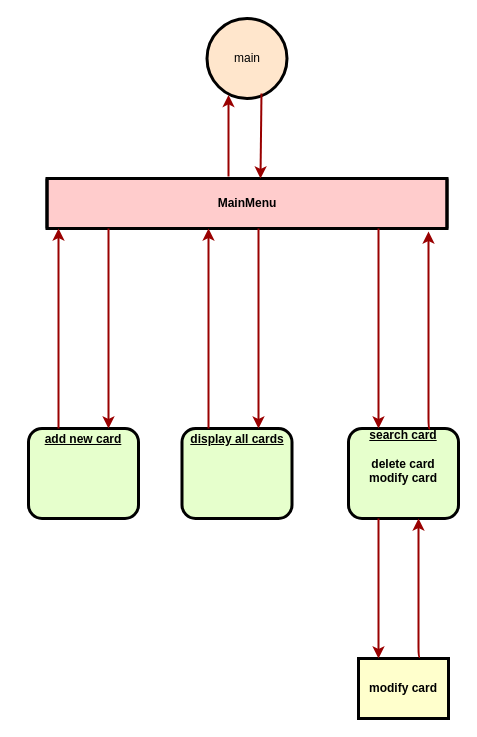
Above: Python/DataStructures/nameCardsManager.drawio in lig8/ProgramingBasic (draw.io), before the change. Source tidied: cells renumbered, new cells numbered last; positions are measured from the earlier drawing's top-left corner, leaving out a move shared by most shapes. Both pictures are drawn from the tidied source at 100%, with x=0, y=0 at pixel (28, 18).
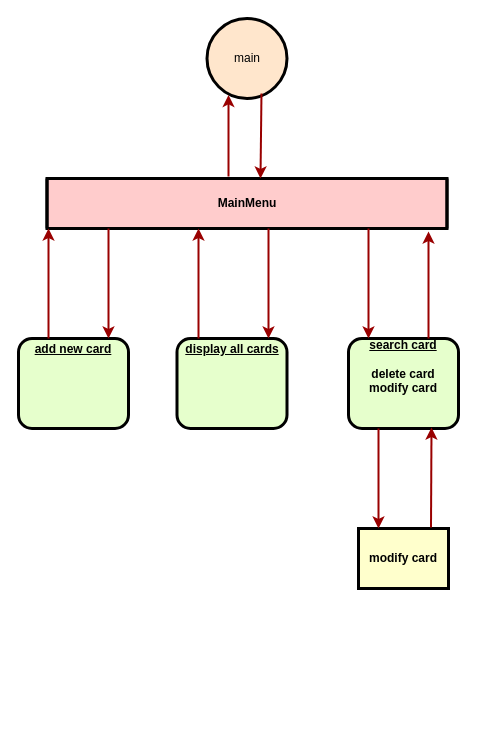
Above is the later version.

The change refers to these unchanged cells:
```xml
<mxCell id="2" value="MainMenu" style="shape=process;whiteSpace=wrap;align=center;verticalAlign=middle;size=0;fontStyle=1;strokeWidth=3;fillColor=#FFCCCC;" parent="1" vertex="1">
  <mxGeometry x="18.5" y="160" width="400" height="50" as="geometry" />
</mxCell>
```

What changed in the source:
```diff
@@
     <mxCell id="3" value="&lt;u&gt;search card&lt;/u&gt;&lt;br&gt;&lt;br&gt;delete card&lt;br&gt;modify card" style="verticalAlign=middle;align=center;overflow=fill;fontSize=12;fontFamily=Helvetica;html=1;rounded=1;fontStyle=1;strokeWidth=3;fillColor=#E6FFCC;" parent="1" vertex="1">
-      <mxGeometry x="320" y="410" width="110" height="90" as="geometry" />
+      <mxGeometry x="320" y="320" width="110" height="90" as="geometry" />
     </mxCell>
     <mxCell id="4" value="&lt;p style=&quot;margin: 0px ; margin-top: 4px ; text-align: center ; text-decoration: underline&quot;&gt;add new card&lt;/p&gt;" style="verticalAlign=middle;align=center;overflow=fill;fontSize=12;fontFamily=Helvetica;html=1;rounded=1;fontStyle=1;strokeWidth=3;fillColor=#E6FFCC;" parent="1" vertex="1">
-      <mxGeometry y="410" width="110" height="90" as="geometry" />
+      <mxGeometry x="-10" y="320" width="110" height="90" as="geometry" />
     </mxCell>
     <mxCell id="5" value="modify card" style="whiteSpace=wrap;align=center;verticalAlign=middle;fontStyle=1;strokeWidth=3;fillColor=#FFFFCC;" parent="1" vertex="1">
-      <mxGeometry x="330" y="640" width="90" height="60" as="geometry" />
+      <mxGeometry x="330" y="510" width="90" height="60" as="geometry" />
     </mxCell>
     <mxCell id="6" value="&lt;p style=&quot;margin: 0px ; margin-top: 4px ; text-align: center ; text-decoration: underline&quot;&gt;display all cards&lt;/p&gt;" style="verticalAlign=middle;align=center;overflow=fill;fontSize=12;fontFamily=Helvetica;html=1;rounded=1;fontStyle=1;strokeWidth=3;fillColor=#E6FFCC;" parent="1" vertex="1">
-      <mxGeometry x="153.5" y="410" width="110" height="90" as="geometry" />
+      <mxGeometry x="148.5" y="320" width="110" height="90" as="geometry" />
     </mxCell>
     <mxCell id="7" style="edgeStyle=elbowEdgeStyle;elbow=horizontal;strokeColor=#990000;strokeWidth=2;" parent="1" edge="1" source="2" target="3">
       <mxGeometry relative="1" as="geometry">
         <Array as="points">
+          <mxPoint x="340" y="270" />
           <mxPoint x="350" y="340" />
           <mxPoint x="340" y="290" />
           <mxPoint x="340" y="300" />
           <mxPoint x="380" y="550" />
         </Array>
       </mxGeometry>
     </mxCell>
     <mxCell id="8" style="edgeStyle=elbowEdgeStyle;elbow=horizontal;strokeColor=#990000;strokeWidth=2;" parent="1" edge="1" source="2" target="6">
       <mxGeometry relative="1" as="geometry">
         <Array as="points">
+          <mxPoint x="240" y="270" />
           <mxPoint x="230" y="305" />
         </Array>
       </mxGeometry>
     </mxCell>
     <mxCell id="9" style="edgeStyle=elbowEdgeStyle;elbow=horizontal;strokeColor=#990000;strokeWidth=2;" parent="1" edge="1" source="6" target="2">
       <mxGeometry relative="1" as="geometry">
         <Array as="points">
+          <mxPoint x="170" y="270" />
           <mxPoint x="180" y="270" />
           <mxPoint x="180" y="305" />
         </Array>
       </mxGeometry>
     </mxCell>
     <mxCell id="10" style="edgeStyle=elbowEdgeStyle;elbow=horizontal;strokeColor=#990000;strokeWidth=2;" parent="1" edge="1" source="2" target="4">
       <mxGeometry relative="1" as="geometry">
         <Array as="points">
+          <mxPoint x="80" y="260" />
           <mxPoint x="80" y="320" />
           <mxPoint x="70" y="540" />
         </Array>
       </mxGeometry>
     </mxCell>
     <mxCell id="11" style="edgeStyle=elbowEdgeStyle;elbow=horizontal;strokeColor=#990000;strokeWidth=2;" parent="1" edge="1" source="4" target="2">
       <mxGeometry relative="1" as="geometry">
         <Array as="points">
+          <mxPoint x="20" y="270" />
+          <mxPoint x="20" y="260" />
           <mxPoint x="30" y="340" />
           <mxPoint x="30" y="290" />
           <mxPoint x="20" y="350" />
           <mxPoint x="50" y="540" />
         </Array>
       </mxGeometry>
     </mxCell>
-    <mxCell id="12" style="edgeStyle=elbowEdgeStyle;elbow=horizontal;strokeColor=#990000;strokeWidth=2;exitX=0.683;exitY=-0.025;exitDx=0;exitDy=0;exitPerimeter=0;" parent="1" edge="1" source="5">
+    <mxCell id="12" style="edgeStyle=elbowEdgeStyle;elbow=horizontal;strokeColor=#990000;strokeWidth=2;exitX=0.861;exitY=0.017;exitDx=0;exitDy=0;exitPerimeter=0;" parent="1" edge="1">
       <mxGeometry relative="1" as="geometry">
-        <mxPoint x="390" y="500" as="targetPoint" />
+        <mxPoint x="402.5" y="509" as="sourcePoint" />
+        <mxPoint x="403" y="409" as="targetPoint" />
         <Array as="points">
-          <mxPoint x="390" y="560" />
-          <mxPoint x="390" y="720" />
-          <mxPoint x="380" y="490" />
-          <mxPoint x="410" y="530" />
-          <mxPoint x="430" y="520" />
-          <mxPoint x="410" y="770" />
+          <mxPoint x="403" y="419" />
+          <mxPoint x="403" y="439" />
+          <mxPoint x="403" y="449" />
+          <mxPoint x="403" y="459" />
+          <mxPoint x="403" y="549" />
+          <mxPoint x="403" y="709" />
+          <mxPoint x="393" y="479" />
+          <mxPoint x="423" y="519" />
+          <mxPoint x="443" y="509" />
+          <mxPoint x="423" y="759" />
         </Array>
       </mxGeometry>
     </mxCell>
     <mxCell id="13" style="edgeStyle=elbowEdgeStyle;elbow=horizontal;strokeColor=#990000;strokeWidth=2;" parent="1" edge="1">
       <mxGeometry relative="1" as="geometry">
-        <mxPoint x="350" y="500" as="sourcePoint" />
-        <mxPoint x="350" y="640" as="targetPoint" />
+        <mxPoint x="350" y="410" as="sourcePoint" />
+        <mxPoint x="350" y="510" as="targetPoint" />
         <Array as="points">
-          <mxPoint x="350" y="520" />
-          <mxPoint x="350" y="530" />
-          <mxPoint x="390" y="780" />
+          <mxPoint x="350" y="430" />
+          <mxPoint x="350" y="440" />
+          <mxPoint x="390" y="690" />
         </Array>
       </mxGeometry>
     </mxCell>
-    <mxCell id="14" style="edgeStyle=elbowEdgeStyle;elbow=horizontal;strokeColor=#990000;strokeWidth=2;exitX=0.683;exitY=-0.025;exitDx=0;exitDy=0;exitPerimeter=0;entryX=0.953;entryY=1.06;entryDx=0;entryDy=0;entryPerimeter=0;" parent="1" edge="1" target="2">
+    <mxCell id="14" style="edgeStyle=elbowEdgeStyle;elbow=horizontal;strokeColor=#990000;strokeWidth=2;entryX=0.953;entryY=1.06;entryDx=0;entryDy=0;entryPerimeter=0;" parent="1" edge="1" target="2">
       <mxGeometry relative="1" as="geometry">
-        <mxPoint x="401.5" y="410" as="sourcePoint" />
+        <mxPoint x="400" y="320" as="sourcePoint" />
         <Array as="points">
           <mxPoint x="400" y="331.5" />
           <mxPoint x="400" y="491.5" />
           <mxPoint x="390" y="261.5" />
           <mxPoint x="420" y="301.5" />
           <mxPoint x="440" y="291.5" />
           <mxPoint x="420" y="541.5" />
         </Array>
       </mxGeometry>
     </mxCell>
```
